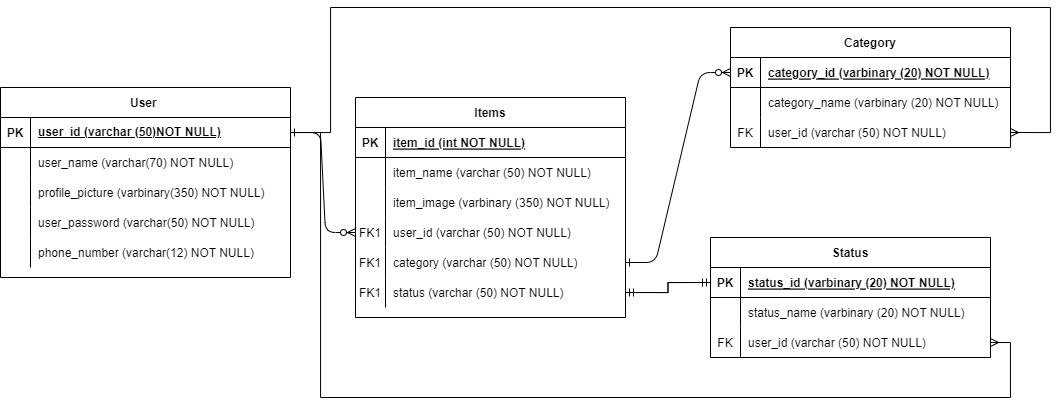
Earlier version of the draw.io export Images/DER.png (NegligentWhale7/Armas-Alam-practicas-3). Source tidied: cells renumbered, new cells last; positions are measured from the earlier drawing's top-left corner, leaving out a move shared by most shapes.
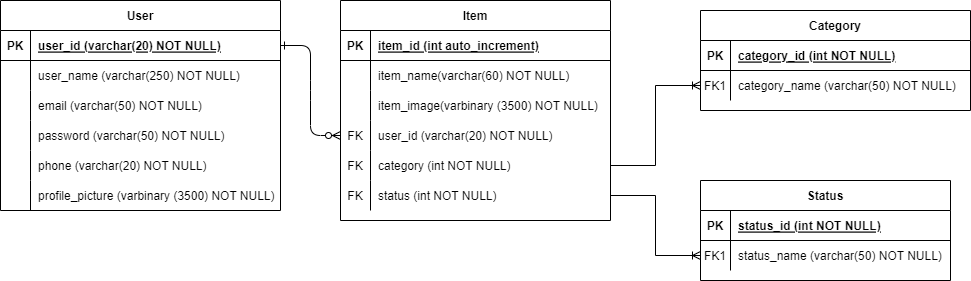
Later version of the same file.

Commit message:
DER modificado

Diff of the diagram source:
```diff
@@ -7,7 +7,4 @@
     </mxCell>
-    <mxCell id="3" style="edgeStyle=entityRelationEdgeStyle;endArrow=ERzeroToMany;startArrow=ERone;endFill=1;startFill=0;exitX=1;exitY=0.5;exitDx=0;exitDy=0;" parent="1" edge="1" source="17" target="24">
-      <mxGeometry relative="1" as="geometry" />
-    </mxCell>
-    <mxCell id="4" value="Items" style="shape=table;startSize=30;rowLines=0;fontStyle=1;align=center;" parent="1" vertex="1">
-      <mxGeometry x="355" y="90" width="270" height="220" as="geometry" />
+    <mxCell id="4" value="Item" style="shape=table;startSize=30;rowLines=0;fontStyle=1;align=center;" parent="1" vertex="1">
+      <mxGeometry x="300" y="30" width="270" height="220" as="geometry" />
     </mxCell>
@@ -19,3 +16,3 @@
     </mxCell>
-    <mxCell id="7" value="item_id (int NOT NULL)" style="shape=partialRectangle;overflow=hidden;fillColor=none;top=0;left=0;bottom=0;right=0;align=left;spacingLeft=6;fontStyle=5;" parent="5" vertex="1">
+    <mxCell id="7" value="item_id (int auto_increment)" style="shape=partialRectangle;overflow=hidden;fillColor=none;top=0;left=0;bottom=0;right=0;align=left;spacingLeft=6;fontStyle=5;" parent="5" vertex="1">
       <mxGeometry x="30" width="240" height="30" as="geometry" />
@@ -28,3 +25,3 @@
     </mxCell>
-    <mxCell id="10" value="item_name (varchar (50) NOT NULL)" style="shape=partialRectangle;overflow=hidden;fillColor=none;top=0;left=0;bottom=0;right=0;align=left;spacingLeft=6;" parent="8" vertex="1">
+    <mxCell id="10" value="item_name(varchar(60) NOT NULL)" style="shape=partialRectangle;overflow=hidden;fillColor=none;top=0;left=0;bottom=0;right=0;align=left;spacingLeft=6;" parent="8" vertex="1">
       <mxGeometry x="30" width="240" height="30" as="geometry" />
@@ -34,8 +31,8 @@
     </mxCell>
-    <mxCell id="12" style="shape=partialRectangle;overflow=hidden;fillColor=none;top=0;left=0;bottom=0;right=0;" parent="11" vertex="1">
-      <mxGeometry width="30" height="30" as="geometry" />
-    </mxCell>
-    <mxCell id="13" value="item_image (varbinary (350) NOT NULL)" style="shape=partialRectangle;overflow=hidden;fillColor=none;top=0;left=0;bottom=0;right=0;align=left;spacingLeft=6;" parent="11" vertex="1">
-      <mxGeometry x="30" width="240" height="30" as="geometry" />
-    </mxCell>
+    <mxCell id="63" style="shape=partialRectangle;overflow=hidden;fillColor=none;top=0;left=0;bottom=0;right=0;" parent="11" vertex="1">
+      <mxGeometry width="30" height="30" as="geometry" />
+    </mxCell>
+    <mxCell id="64" value="item_image(varbinary (3500) NOT NULL)" style="shape=partialRectangle;overflow=hidden;fillColor=none;top=0;left=0;bottom=0;right=0;align=left;spacingLeft=6;" parent="11" vertex="1">
+      <mxGeometry x="30" width="240" height="30" as="geometry" />
+    </mxCell>
     <mxCell id="14" style="shape=partialRectangle;fillColor=none;points=[[0,0.5],[1,0.5]];portConstraint=eastwest;top=0;left=0;right=0;bottom=0;" parent="4" vertex="1">
@@ -43,6 +40,6 @@
     </mxCell>
-    <mxCell id="15" value="FK1" style="shape=partialRectangle;overflow=hidden;fillColor=none;top=0;left=0;bottom=0;right=0;" parent="14" vertex="1">
+    <mxCell id="15" value="FK" style="shape=partialRectangle;overflow=hidden;fillColor=none;top=0;left=0;bottom=0;right=0;" parent="14" vertex="1">
       <mxGeometry width="30" height="30" as="geometry" />
     </mxCell>
-    <mxCell id="16" value="user_id (varchar (50) NOT NULL)" style="shape=partialRectangle;overflow=hidden;fillColor=none;top=0;left=0;bottom=0;right=0;align=left;spacingLeft=6;" parent="14" vertex="1">
+    <mxCell id="16" value="user_id (varchar(20) NOT NULL)" style="shape=partialRectangle;overflow=hidden;fillColor=none;top=0;left=0;bottom=0;right=0;align=left;spacingLeft=6;" parent="14" vertex="1">
       <mxGeometry x="30" width="240" height="30" as="geometry" />
@@ -52,8 +49,8 @@
     </mxCell>
-    <mxCell id="18" value="FK1" style="shape=partialRectangle;overflow=hidden;fillColor=none;top=0;left=0;bottom=0;right=0;" parent="17" vertex="1">
-      <mxGeometry width="30" height="30" as="geometry" />
-    </mxCell>
-    <mxCell id="19" value="category (varchar (50) NOT NULL)" style="shape=partialRectangle;overflow=hidden;fillColor=none;top=0;left=0;bottom=0;right=0;align=left;spacingLeft=6;" parent="17" vertex="1">
-      <mxGeometry x="30" width="240" height="30" as="geometry" />
-    </mxCell>
+    <mxCell id="65" value="FK" style="shape=partialRectangle;overflow=hidden;fillColor=none;top=0;left=0;bottom=0;right=0;" parent="17" vertex="1">
+      <mxGeometry width="30" height="30" as="geometry" />
+    </mxCell>
+    <mxCell id="66" value="category (int NOT NULL)" style="shape=partialRectangle;overflow=hidden;fillColor=none;top=0;left=0;bottom=0;right=0;align=left;spacingLeft=6;" parent="17" vertex="1">
+      <mxGeometry x="30" width="240" height="30" as="geometry" />
+    </mxCell>
     <mxCell id="20" style="shape=partialRectangle;fillColor=none;points=[[0,0.5],[1,0.5]];portConstraint=eastwest;top=0;left=0;right=0;bottom=0;" parent="4" vertex="1">
@@ -61,13 +58,13 @@
     </mxCell>
-    <mxCell id="21" value="FK1" style="shape=partialRectangle;overflow=hidden;fillColor=none;top=0;left=0;bottom=0;right=0;" parent="20" vertex="1">
-      <mxGeometry width="30" height="30" as="geometry" />
-    </mxCell>
-    <mxCell id="22" value="status (varchar (50) NOT NULL)" style="shape=partialRectangle;overflow=hidden;fillColor=none;top=0;left=0;bottom=0;right=0;align=left;spacingLeft=6;" parent="20" vertex="1">
-      <mxGeometry x="30" width="240" height="30" as="geometry" />
-    </mxCell>
+    <mxCell id="67" value="FK" style="shape=partialRectangle;overflow=hidden;fillColor=none;top=0;left=0;bottom=0;right=0;" parent="20" vertex="1">
+      <mxGeometry width="30" height="30" as="geometry" />
+    </mxCell>
+    <mxCell id="68" value="status (int NOT NULL)" style="shape=partialRectangle;overflow=hidden;fillColor=none;top=0;left=0;bottom=0;right=0;align=left;spacingLeft=6;" parent="20" vertex="1">
+      <mxGeometry x="30" width="240" height="30" as="geometry" />
+    </mxCell>
-    <mxCell id="23" value="Category" style="shape=table;startSize=30;rowLines=0;fontStyle=1;align=center;" parent="1" vertex="1">
-      <mxGeometry x="730" y="20" width="280" height="120" as="geometry" />
+    <mxCell id="23" value="Status" style="shape=table;startSize=30;rowLines=0;fontStyle=1;align=center;" parent="1" vertex="1">
+      <mxGeometry x="660" y="210" width="250" height="100" as="geometry" />
     </mxCell>
     <mxCell id="24" style="shape=partialRectangle;fillColor=none;points=[[0,0.5],[1,0.5]];portConstraint=eastwest;top=0;left=0;right=0;bottom=1;" parent="23" vertex="1">
-      <mxGeometry y="30" width="280" height="30" as="geometry" />
+      <mxGeometry y="30" width="250" height="30" as="geometry" />
     </mxCell>
@@ -76,28 +73,19 @@
     </mxCell>
-    <mxCell id="26" value="category_id (varbinary (20) NOT NULL)" style="shape=partialRectangle;overflow=hidden;fillColor=none;top=0;left=0;bottom=0;right=0;align=left;spacingLeft=6;fontStyle=5;" parent="24" vertex="1">
-      <mxGeometry x="30" width="250" height="30" as="geometry" />
+    <mxCell id="26" value="status_id (int NOT NULL)" style="shape=partialRectangle;overflow=hidden;fillColor=none;top=0;left=0;bottom=0;right=0;align=left;spacingLeft=6;fontStyle=5;" parent="24" vertex="1">
+      <mxGeometry x="30" width="220" height="30" as="geometry" />
     </mxCell>
-    <mxCell id="27" style="shape=partialRectangle;fillColor=none;top=0;left=0;right=0;bottom=0;" parent="23" vertex="1">
-      <mxGeometry y="60" width="280" height="30" as="geometry" />
-    </mxCell>
-    <mxCell id="28" style="shape=partialRectangle;overflow=hidden;fillColor=none;top=0;left=0;bottom=0;right=0;" parent="27" vertex="1">
-      <mxGeometry width="30" height="30" as="geometry" />
-    </mxCell>
-    <mxCell id="29" value="category_name (varbinary (20) NOT NULL)" style="shape=partialRectangle;overflow=hidden;fillColor=none;top=0;left=0;bottom=0;right=0;align=left;spacingLeft=6;" parent="27" vertex="1">
-      <mxGeometry x="30" width="250" height="30" as="geometry" />
-    </mxCell>
-    <mxCell id="30" style="shape=partialRectangle;fillColor=none;points=[[0,0.5],[1,0.5]];portConstraint=eastwest;top=0;left=0;right=0;bottom=0;" parent="23" vertex="1">
-      <mxGeometry y="90" width="280" height="30" as="geometry" />
-    </mxCell>
-    <mxCell id="31" value="FK" style="shape=partialRectangle;overflow=hidden;fillColor=none;top=0;left=0;bottom=0;right=0;" parent="30" vertex="1">
-      <mxGeometry width="30" height="30" as="geometry" />
-    </mxCell>
-    <mxCell id="32" value="user_id (varchar (50) NOT NULL)" style="shape=partialRectangle;overflow=hidden;fillColor=none;top=0;left=0;bottom=0;right=0;align=left;spacingLeft=6;" parent="30" vertex="1">
-      <mxGeometry x="30" width="250" height="30" as="geometry" />
-    </mxCell>
+    <mxCell id="69" style="shape=partialRectangle;fillColor=none;points=[[0,0.5],[1,0.5]];portConstraint=eastwest;top=0;left=0;right=0;bottom=0;" parent="23" vertex="1">
+      <mxGeometry y="60" width="250" height="30" as="geometry" />
+    </mxCell>
+    <mxCell id="70" value="FK1" style="shape=partialRectangle;overflow=hidden;fillColor=none;top=0;left=0;bottom=0;right=0;" parent="69" vertex="1">
+      <mxGeometry width="30" height="30" as="geometry" />
+    </mxCell>
+    <mxCell id="71" value="status_name (varchar(50) NOT NULL)" style="shape=partialRectangle;overflow=hidden;fillColor=none;top=0;left=0;bottom=0;right=0;align=left;spacingLeft=6;" parent="69" vertex="1">
+      <mxGeometry x="30" width="220" height="30" as="geometry" />
+    </mxCell>
-    <mxCell id="33" value="User " style="shape=table;startSize=30;rowLines=0;fontStyle=1;align=center;" parent="1" vertex="1">
-      <mxGeometry y="80" width="290" height="190" as="geometry" />
+    <mxCell id="33" value="User" style="shape=table;startSize=30;rowLines=0;fontStyle=1;align=center;" parent="1" vertex="1">
+      <mxGeometry x="-40" y="30" width="280" height="210" as="geometry" />
     </mxCell>
     <mxCell id="34" style="shape=partialRectangle;fillColor=none;points=[[0,0.5],[1,0.5]];portConstraint=eastwest;top=0;left=0;right=0;bottom=1;" parent="33" vertex="1">
-      <mxGeometry y="30" width="290" height="30" as="geometry" />
+      <mxGeometry y="30" width="280" height="30" as="geometry" />
     </mxCell>
@@ -106,7 +94,7 @@
     </mxCell>
-    <mxCell id="36" value="user_id (varchar (50)NOT NULL)" style="shape=partialRectangle;overflow=hidden;fillColor=none;top=0;left=0;bottom=0;right=0;align=left;spacingLeft=6;fontStyle=5;html=1;strokeColor=none;" parent="34" vertex="1">
-      <mxGeometry x="30" width="260" height="30" as="geometry" />
+    <mxCell id="36" value="user_id (varchar(20) NOT NULL)" style="shape=partialRectangle;overflow=hidden;fillColor=none;top=0;left=0;bottom=0;right=0;align=left;spacingLeft=6;fontStyle=5;" parent="34" vertex="1">
+      <mxGeometry x="30" width="250" height="30" as="geometry" />
     </mxCell>
     <mxCell id="37" style="shape=partialRectangle;fillColor=none;top=0;left=0;right=0;bottom=0;" parent="33" vertex="1">
-      <mxGeometry y="60" width="290" height="30" as="geometry" />
+      <mxGeometry y="60" width="280" height="30" as="geometry" />
     </mxCell>
@@ -115,88 +103,68 @@
     </mxCell>
-    <mxCell id="39" value="user_name (varchar(70) NOT NULL)" style="shape=partialRectangle;overflow=hidden;fillColor=none;top=0;left=0;bottom=0;right=0;align=left;spacingLeft=6;" parent="37" vertex="1">
-      <mxGeometry x="30" width="260" height="30" as="geometry" />
+    <mxCell id="39" value="user_name (varchar(250) NOT NULL)" style="shape=partialRectangle;overflow=hidden;fillColor=none;top=0;left=0;bottom=0;right=0;align=left;spacingLeft=6;" parent="37" vertex="1">
+      <mxGeometry x="30" width="250" height="30" as="geometry" />
     </mxCell>
-    <mxCell id="40" style="shape=partialRectangle;fillColor=none;top=0;left=0;right=0;bottom=0;" parent="33" vertex="1">
-      <mxGeometry y="90" width="290" height="30" as="geometry" />
-    </mxCell>
-    <mxCell id="41" style="shape=partialRectangle;overflow=hidden;fillColor=none;top=0;left=0;bottom=0;right=0;" parent="40" vertex="1">
-      <mxGeometry width="30" height="30" as="geometry" />
-    </mxCell>
-    <mxCell id="42" value="profile_picture (varbinary(350) NOT NULL)" style="shape=partialRectangle;overflow=hidden;fillColor=none;top=0;left=0;bottom=0;right=0;align=left;spacingLeft=6;" parent="40" vertex="1">
-      <mxGeometry x="30" width="260" height="30" as="geometry" />
-    </mxCell>
-    <mxCell id="43" style="shape=partialRectangle;fillColor=none;top=0;left=0;right=0;bottom=0;" parent="33" vertex="1">
-      <mxGeometry y="120" width="290" height="30" as="geometry" />
-    </mxCell>
-    <mxCell id="44" style="shape=partialRectangle;overflow=hidden;fillColor=none;top=0;left=0;bottom=0;right=0;" parent="43" vertex="1">
-      <mxGeometry width="30" height="30" as="geometry" />
-    </mxCell>
-    <mxCell id="45" value="user_password (varchar(50) NOT NULL)" style="shape=partialRectangle;overflow=hidden;fillColor=none;top=0;left=0;bottom=0;right=0;align=left;spacingLeft=6;" parent="43" vertex="1">
-      <mxGeometry x="30" width="260" height="30" as="geometry" />
-    </mxCell>
-    <mxCell id="46" style="shape=partialRectangle;fillColor=none;top=0;left=0;right=0;bottom=0;" parent="33" vertex="1">
-      <mxGeometry y="150" width="290" height="30" as="geometry" />
-    </mxCell>
-    <mxCell id="47" style="shape=partialRectangle;overflow=hidden;fillColor=none;top=0;left=0;bottom=0;right=0;" parent="46" vertex="1">
-      <mxGeometry width="30" height="30" as="geometry" />
-    </mxCell>
-    <mxCell id="48" value="phone_number (varchar(12) NOT NULL)" style="shape=partialRectangle;overflow=hidden;fillColor=none;top=0;left=0;bottom=0;right=0;align=left;spacingLeft=6;" parent="46" vertex="1">
-      <mxGeometry x="30" width="260" height="30" as="geometry" />
-    </mxCell>
-    <mxCell id="49" value="Status" style="shape=table;startSize=30;rowLines=0;fontStyle=1;align=center;" parent="1" vertex="1">
-      <mxGeometry x="710" y="230" width="280" height="120" as="geometry" />
-    </mxCell>
-    <mxCell id="50" style="shape=partialRectangle;fillColor=none;points=[[0,0.5],[1,0.5]];portConstraint=eastwest;top=0;left=0;right=0;bottom=1;" parent="49" vertex="1">
-      <mxGeometry y="30" width="280" height="30" as="geometry" />
-    </mxCell>
+    <mxCell id="72" style="shape=partialRectangle;fillColor=none;top=0;left=0;right=0;bottom=0;" parent="33" vertex="1">
+      <mxGeometry y="90" width="280" height="30" as="geometry" />
+    </mxCell>
+    <mxCell id="73" style="shape=partialRectangle;overflow=hidden;fillColor=none;top=0;left=0;bottom=0;right=0;" parent="72" vertex="1">
+      <mxGeometry width="30" height="30" as="geometry" />
+    </mxCell>
+    <mxCell id="74" value="email (varchar(50) NOT NULL)" style="shape=partialRectangle;overflow=hidden;fillColor=none;top=0;left=0;bottom=0;right=0;align=left;spacingLeft=6;" parent="72" vertex="1">
+      <mxGeometry x="30" width="250" height="30" as="geometry" />
+    </mxCell>
+    <mxCell id="75" style="shape=partialRectangle;fillColor=none;top=0;left=0;right=0;bottom=0;" parent="33" vertex="1">
+      <mxGeometry y="120" width="280" height="30" as="geometry" />
+    </mxCell>
+    <mxCell id="76" style="shape=partialRectangle;overflow=hidden;fillColor=none;top=0;left=0;bottom=0;right=0;" parent="75" vertex="1">
+      <mxGeometry width="30" height="30" as="geometry" />
+    </mxCell>
+    <mxCell id="77" value="password (varchar(50) NOT NULL)" style="shape=partialRectangle;overflow=hidden;fillColor=none;top=0;left=0;bottom=0;right=0;align=left;spacingLeft=6;" parent="75" vertex="1">
+      <mxGeometry x="30" width="250" height="30" as="geometry" />
+    </mxCell>
+    <mxCell id="78" style="shape=partialRectangle;fillColor=none;top=0;left=0;right=0;bottom=0;" parent="33" vertex="1">
+      <mxGeometry y="150" width="280" height="30" as="geometry" />
+    </mxCell>
+    <mxCell id="79" style="shape=partialRectangle;overflow=hidden;fillColor=none;top=0;left=0;bottom=0;right=0;" parent="78" vertex="1">
+      <mxGeometry width="30" height="30" as="geometry" />
+    </mxCell>
+    <mxCell id="80" value="phone (varchar(20) NOT NULL)" style="shape=partialRectangle;overflow=hidden;fillColor=none;top=0;left=0;bottom=0;right=0;align=left;spacingLeft=6;" parent="78" vertex="1">
+      <mxGeometry x="30" width="250" height="30" as="geometry" />
+    </mxCell>
+    <mxCell id="81" style="shape=partialRectangle;fillColor=none;top=0;left=0;right=0;bottom=0;" parent="33" vertex="1">
+      <mxGeometry y="180" width="280" height="30" as="geometry" />
+    </mxCell>
+    <mxCell id="82" style="shape=partialRectangle;overflow=hidden;fillColor=none;top=0;left=0;bottom=0;right=0;" parent="81" vertex="1">
+      <mxGeometry width="30" height="30" as="geometry" />
+    </mxCell>
+    <mxCell id="83" value="profile_picture (varbinary (3500) NOT NULL)" style="shape=partialRectangle;overflow=hidden;fillColor=none;top=0;left=0;bottom=0;right=0;align=left;spacingLeft=6;" parent="81" vertex="1">
+      <mxGeometry x="30" width="250" height="30" as="geometry" />
+    </mxCell>
+    <mxCell id="84" value="Category" style="shape=table;startSize=30;rowLines=0;fontStyle=1;align=center;" parent="1" vertex="1">
+      <mxGeometry x="660" y="40" width="270" height="100" as="geometry" />
+    </mxCell>
+    <mxCell id="85" style="shape=partialRectangle;fillColor=none;top=0;left=0;right=0;bottom=1;" parent="84" vertex="1">
+      <mxGeometry y="30" width="270" height="30" as="geometry" />
+    </mxCell>
-    <mxCell id="51" value="PK" style="shape=partialRectangle;overflow=hidden;fillColor=none;top=0;left=0;bottom=0;right=0;fontStyle=1;" parent="50" vertex="1">
+    <mxCell id="51" value="PK" style="shape=partialRectangle;overflow=hidden;fillColor=none;top=0;left=0;bottom=0;right=0;fontStyle=1;" parent="85" vertex="1">
       <mxGeometry width="30" height="30" as="geometry" />
     </mxCell>
-    <mxCell id="52" value="status_id (varbinary (20) NOT NULL)" style="shape=partialRectangle;overflow=hidden;fillColor=none;top=0;left=0;bottom=0;right=0;align=left;spacingLeft=6;fontStyle=5;" parent="50" vertex="1">
-      <mxGeometry x="30" width="250" height="30" as="geometry" />
-    </mxCell>
-    <mxCell id="53" style="shape=partialRectangle;fillColor=none;top=0;left=0;right=0;bottom=0;" parent="49" vertex="1">
-      <mxGeometry y="60" width="280" height="30" as="geometry" />
-    </mxCell>
-    <mxCell id="54" style="shape=partialRectangle;overflow=hidden;fillColor=none;top=0;left=0;bottom=0;right=0;" parent="53" vertex="1">
-      <mxGeometry width="30" height="30" as="geometry" />
-    </mxCell>
-    <mxCell id="55" value="status_name (varbinary (20) NOT NULL)" style="shape=partialRectangle;overflow=hidden;fillColor=none;top=0;left=0;bottom=0;right=0;align=left;spacingLeft=6;" parent="53" vertex="1">
-      <mxGeometry x="30" width="250" height="30" as="geometry" />
-    </mxCell>
-    <mxCell id="56" style="shape=partialRectangle;fillColor=none;points=[[0,0.5],[1,0.5]];portConstraint=eastwest;top=0;left=0;right=0;bottom=0;" parent="49" vertex="1">
-      <mxGeometry y="90" width="280" height="30" as="geometry" />
-    </mxCell>
-    <mxCell id="57" value="FK" style="shape=partialRectangle;overflow=hidden;fillColor=none;top=0;left=0;bottom=0;right=0;" parent="56" vertex="1">
-      <mxGeometry width="30" height="30" as="geometry" />
-    </mxCell>
-    <mxCell id="58" value="user_id (varchar (50) NOT NULL)" style="shape=partialRectangle;overflow=hidden;fillColor=none;top=0;left=0;bottom=0;right=0;align=left;spacingLeft=6;" parent="56" vertex="1">
-      <mxGeometry x="30" width="250" height="30" as="geometry" />
-    </mxCell>
-    <mxCell id="59" style="edgeStyle=orthogonalEdgeStyle;rounded=0;jettySize=auto;html=1;entryX=0;entryY=0.5;entryDx=0;entryDy=0;endArrow=ERmandOne;endFill=0;" parent="1" edge="1" source="20" target="50">
-      <mxGeometry relative="1" as="geometry" />
-    </mxCell>
-    <mxCell id="60" style="edgeStyle=orthogonalEdgeStyle;rounded=0;jettySize=auto;html=1;entryX=1;entryY=0.5;entryDx=0;entryDy=0;endArrow=ERmandOne;endFill=0;exitX=0;exitY=0.5;exitDx=0;exitDy=0;" parent="1" edge="1" source="50" target="20">
-      <mxGeometry relative="1" as="geometry" />
-    </mxCell>
-    <mxCell id="61" style="edgeStyle=orthogonalEdgeStyle;rounded=0;jettySize=auto;html=1;exitX=1;exitY=0.5;exitDx=0;exitDy=0;entryX=1;entryY=0.5;entryDx=0;entryDy=0;endArrow=ERmany;endFill=0;" parent="1" edge="1" source="34" target="30">
-      <mxGeometry relative="1" as="geometry">
-        <Array as="points">
-          <mxPoint x="330" y="125" />
-          <mxPoint x="330" />
-          <mxPoint x="1050" />
-          <mxPoint x="1050" y="125" />
-        </Array>
-      </mxGeometry>
-    </mxCell>
-    <mxCell id="62" style="edgeStyle=orthogonalEdgeStyle;rounded=0;jettySize=auto;html=1;entryX=1;entryY=0.5;entryDx=0;entryDy=0;endArrow=ERmany;endFill=0;" parent="1" edge="1" source="34" target="56">
-      <mxGeometry relative="1" as="geometry">
-        <Array as="points">
-          <mxPoint x="320" y="125" />
-          <mxPoint x="320" y="390" />
-          <mxPoint x="1010" y="390" />
-          <mxPoint x="1010" y="335" />
-        </Array>
-      </mxGeometry>
-    </mxCell>
+    <mxCell id="86" value="category_id (int NOT NULL)" style="shape=partialRectangle;overflow=hidden;fillColor=none;top=0;left=0;bottom=0;right=0;align=left;spacingLeft=6;fontStyle=5;" parent="85" vertex="1">
+      <mxGeometry x="30" width="240" height="30" as="geometry" />
+    </mxCell>
+    <mxCell id="87" style="shape=partialRectangle;fillColor=none;points=[[0,0.5],[1,0.5]];portConstraint=eastwest;top=0;left=0;right=0;bottom=0;" parent="84" vertex="1">
+      <mxGeometry y="60" width="270" height="30" as="geometry" />
+    </mxCell>
+    <mxCell id="88" value="FK1" style="shape=partialRectangle;overflow=hidden;fillColor=none;top=0;left=0;bottom=0;right=0;" parent="87" vertex="1">
+      <mxGeometry width="30" height="30" as="geometry" />
+    </mxCell>
+    <mxCell id="89" value="category_name (varchar(50) NOT NULL)" style="shape=partialRectangle;overflow=hidden;fillColor=none;top=0;left=0;bottom=0;right=0;align=left;spacingLeft=6;" parent="87" vertex="1">
+      <mxGeometry x="30" width="240" height="30" as="geometry" />
+    </mxCell>
+    <mxCell id="90" style="edgeStyle=orthogonalEdgeStyle;rounded=0;jettySize=auto;html=1;endArrow=ERoneToMany;endFill=0;" parent="1" edge="1" source="17" target="87">
+      <mxGeometry relative="1" as="geometry" />
+    </mxCell>
+    <mxCell id="91" style="edgeStyle=orthogonalEdgeStyle;rounded=0;jettySize=auto;html=1;endArrow=ERoneToMany;endFill=0;" parent="1" edge="1" source="20" target="69">
+      <mxGeometry relative="1" as="geometry" />
+    </mxCell>
   </root>
```
